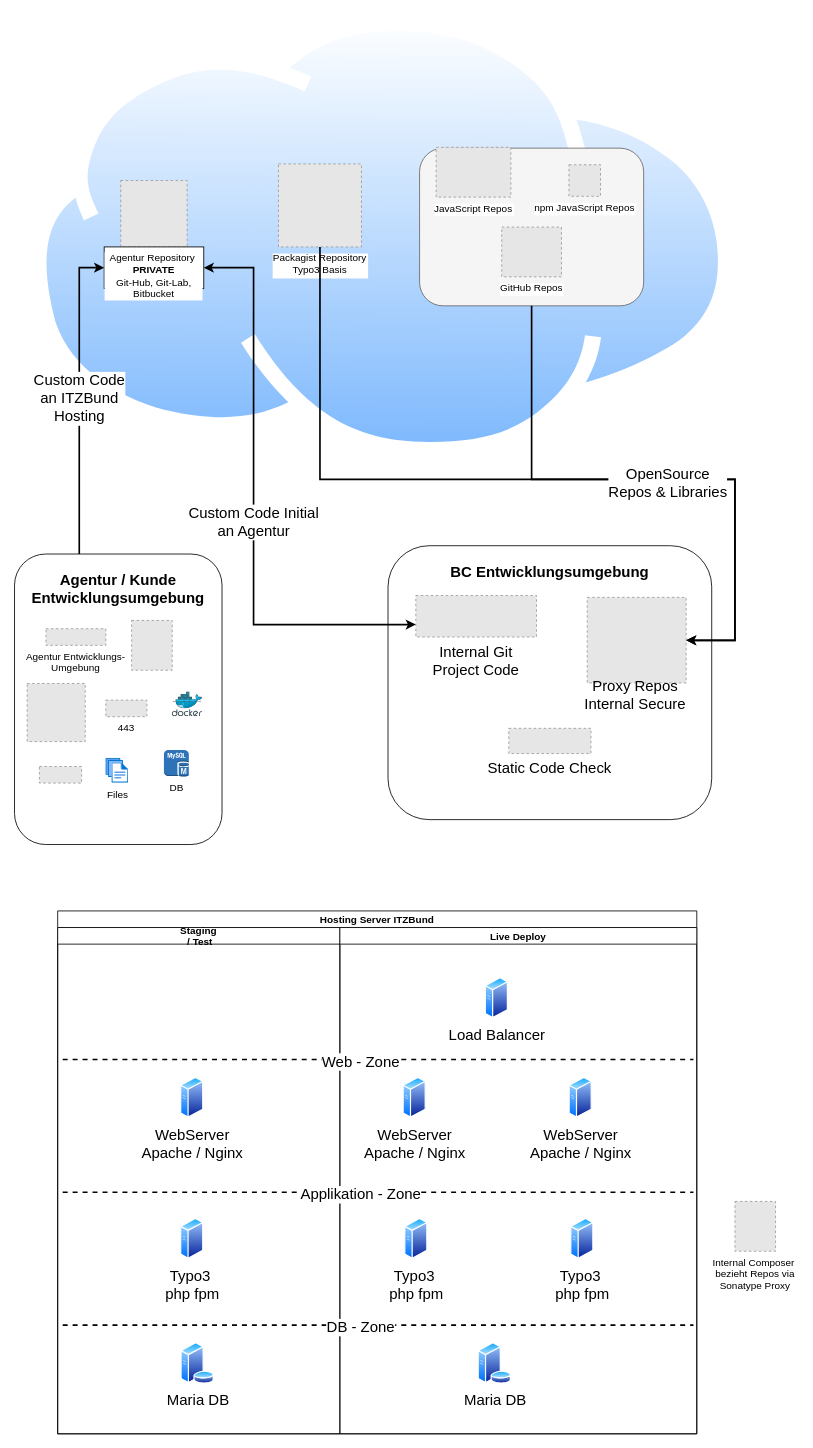
The draw.io diagram Typo3 Deploy 1.drawio in matjes63/diagram-charts, before the edit. Source tidied: cells renumbered, new cells numbered last; positions are measured from the earlier drawing's top-left corner, leaving out a move shared by most shapes. Both pictures are drawn from the tidied source at 83%, with x=0, y=0 at pixel (14, 14). Pictures stored in the file or linked from it are replaced by grey dashed boxes.
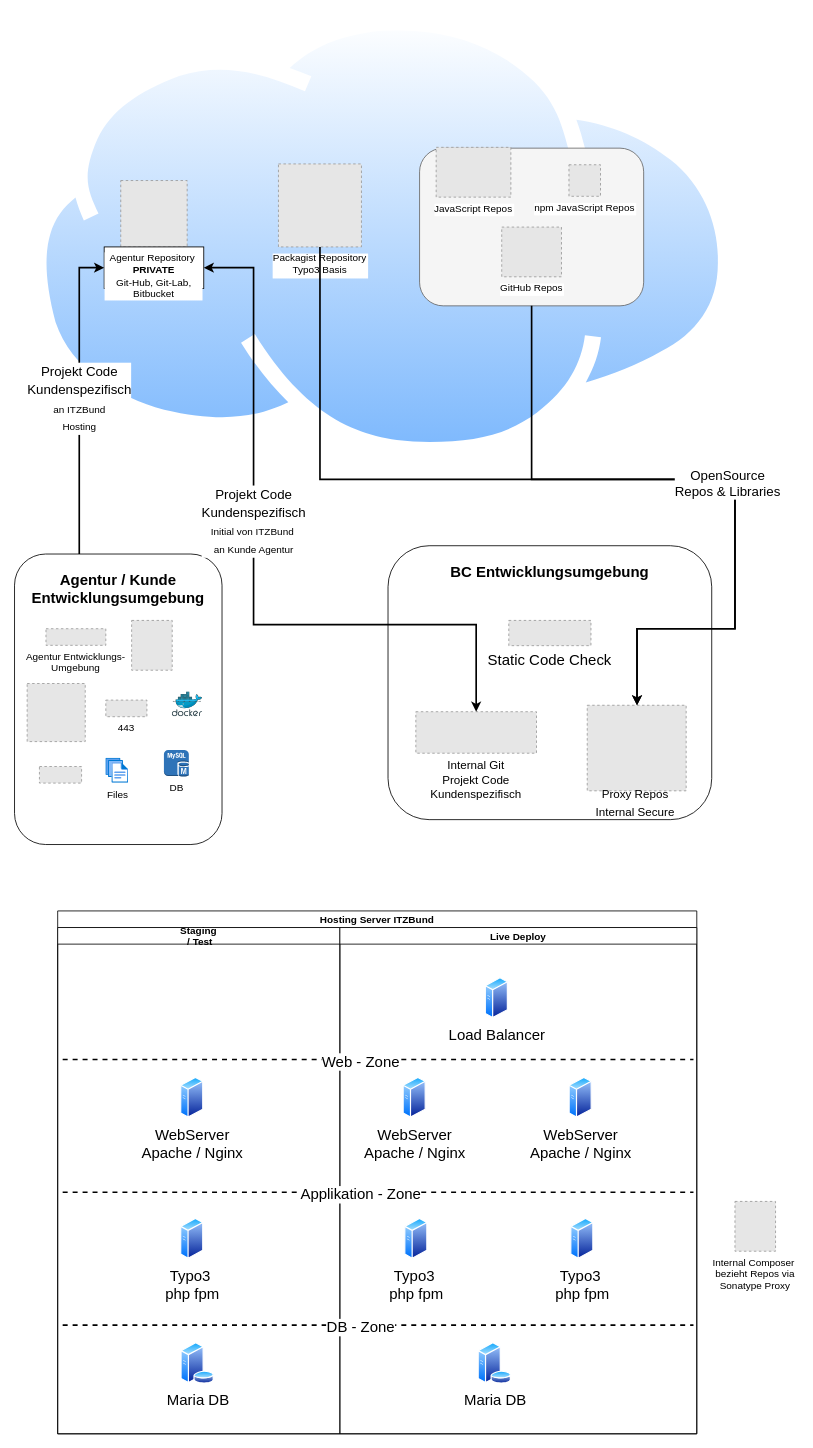
After the change.

Unchanged cells that the change refers to:
```xml
<mxCell id="3" value="Packagist Repository&#10;Typo3 Basis" style="fillColor=#E6E6E6;strokeColor=#999999;dashed=1;verticalLabelPosition=bottom;labelBackgroundColor=default;verticalAlign=top;" parent="1" vertex="1">
  <mxGeometry x="318" y="180" width="100" height="100" as="geometry" />
</mxCell>
<mxCell id="6" value="Agentur Repository&amp;nbsp;&lt;br&gt;&lt;b&gt;PRIVATE&lt;/b&gt;&lt;br&gt;Git-Hub, Git-Lab, Bitbucket" style="whiteSpace=wrap;html=1;verticalAlign=top;labelBackgroundColor=#ffffff;" parent="4" vertex="1">
  <mxGeometry y="80" width="120" height="50" as="geometry" />
</mxCell>
<mxCell id="8" style="group;" parent="1" vertex="1">
  <mxGeometry x="360" y="640" width="554.9" height="330" as="geometry" />
</mxCell>
<mxCell id="14" value="&lt;h2&gt;Agentur / Kunde&lt;br&gt;Entwicklungsumgebung&lt;/h2&gt;" style="rounded=1;whiteSpace=wrap;html=1;verticalAlign=top;" parent="13" vertex="1">
  <mxGeometry width="250" height="350" as="geometry" />
</mxCell>
<mxCell id="37" style="rounded=1;whiteSpace=wrap;html=1;fontSize=18;fillColor=#f5f5f5;strokeColor=#666666;fontColor=#333333;" parent="35" vertex="1">
  <mxGeometry y="1" width="270" height="190" as="geometry" />
</mxCell>
<mxCell id="41" style="edgeStyle=orthogonalEdgeStyle;rounded=0;jettySize=auto;html=1;fontSize=18;fontColor=default;strokeWidth=2;startArrow=classic;startFill=1;" parent="1" edge="1" source="6" target="10">
  <mxGeometry relative="1" as="geometry">
    <Array as="points">
      <mxPoint x="288" y="305" />
      <mxPoint x="288" y="735" />
    </Array>
  </mxGeometry>
</mxCell>
```

Change to the diagram source:
```diff
@@
-    <mxCell id="10" value="Internal Git&#10;Project Code" style="fillColor=#E6E6E6;strokeColor=#999999;dashed=1;verticalLabelPosition=bottom;labelBackgroundColor=default;verticalAlign=top;fontSize=18;" parent="8" vertex="1">
-      <mxGeometry x="123.5" y="60" width="145.4" height="50" as="geometry" />
+    <mxCell id="10" value="Internal Git&#10;Projekt Code&#10;Kundenspezifisch" style="fillColor=#E6E6E6;strokeColor=#999999;dashed=1;verticalLabelPosition=bottom;labelBackgroundColor=default;verticalAlign=top;fontSize=14;" parent="8" vertex="1">
+      <mxGeometry x="123.5" y="200" width="145.4" height="50" as="geometry" />
     </mxCell>
     <mxCell id="11" style="fillColor=#E6E6E6;strokeColor=#999999;dashed=1;verticalLabelPosition=bottom;labelBackgroundColor=default;verticalAlign=middle;" parent="8" vertex="1">
-      <mxGeometry x="330" y="62.2" width="119.2" height="103.1" as="geometry" />
+      <mxGeometry x="330" y="192.2" width="119.2" height="103.1" as="geometry" />
     </mxCell>
     <mxCell id="12" value="Static Code Check" style="fillColor=#E6E6E6;strokeColor=#999999;dashed=1;verticalLabelPosition=bottom;labelBackgroundColor=default;verticalAlign=top;fontSize=18;" parent="8" vertex="1">
-      <mxGeometry x="235.5" y="220" width="99" height="30.4" as="geometry" />
+      <mxGeometry x="235.5" y="90" width="99" height="30.4" as="geometry" />
     </mxCell>
@@
-    <mxCell id="34" value="Proxy Repos&lt;br&gt;Internal Secure" style="text;html=1;strokeColor=none;fillColor=none;align=center;verticalAlign=middle;whiteSpace=wrap;rounded=0;fontSize=18;" parent="1" vertex="1">
-      <mxGeometry x="678" y="805" width="140" height="30" as="geometry" />
+    <mxCell id="34" value="&lt;font style=&quot;font-size: 14px&quot;&gt;Proxy Repos&lt;br&gt;Internal Secure&lt;/font&gt;" style="text;html=1;strokeColor=none;fillColor=none;align=center;verticalAlign=middle;whiteSpace=wrap;rounded=0;fontSize=18;" parent="1" vertex="1">
+      <mxGeometry x="678" y="934" width="140" height="30" as="geometry" />
     </mxCell>
@@
-    <mxCell id="42" value="Custom Code Initial &lt;br&gt;an Agentur" style="edgeLabel;html=1;align=center;verticalAlign=middle;fontSize=18;fontColor=default;" parent="41" vertex="1">
+    <mxCell id="42" value="&lt;font style=&quot;font-size: 16px&quot;&gt;Projekt Code&lt;br&gt;Kundenspezifisch&lt;/font&gt;&lt;br&gt;&lt;font style=&quot;font-size: 12px&quot;&gt;Initial von ITZBund&amp;nbsp;&lt;br&gt;an Kunde Agentur&lt;/font&gt;" style="edgeLabel;html=1;align=center;verticalAlign=middle;fontSize=18;fontColor=default;" parent="41" vertex="1">
       <mxGeometry x="-0.28" y="-1" relative="1" as="geometry">
-        <mxPoint y="119" as="offset" />
+        <mxPoint y="54" as="offset" />
       </mxGeometry>
     </mxCell>
     <mxCell id="43" style="edgeStyle=orthogonalEdgeStyle;rounded=0;jettySize=auto;html=1;fontSize=18;fontColor=default;strokeWidth=2;" parent="1" edge="1" source="3" target="11">
       <mxGeometry relative="1" as="geometry">
         <Array as="points">
           <mxPoint x="368" y="560" />
           <mxPoint x="868" y="560" />
-          <mxPoint x="868" y="754" />
+          <mxPoint x="868" y="740" />
+          <mxPoint x="750" y="740" />
         </Array>
       </mxGeometry>
     </mxCell>
     <mxCell id="44" style="edgeStyle=orthogonalEdgeStyle;rounded=0;jettySize=auto;html=1;fontSize=18;fontColor=default;strokeWidth=2;" parent="1" edge="1" source="37" target="11">
       <mxGeometry relative="1" as="geometry">
         <Array as="points">
           <mxPoint x="623" y="560" />
           <mxPoint x="868" y="560" />
-          <mxPoint x="868" y="754" />
+          <mxPoint x="868" y="740" />
+          <mxPoint x="750" y="740" />
         </Array>
       </mxGeometry>
     </mxCell>
-    <mxCell id="45" value="OpenSource&lt;br&gt;Repos &amp;amp; Libraries" style="edgeLabel;html=1;align=center;verticalAlign=middle;fontSize=18;fontColor=default;" parent="44" vertex="1">
+    <mxCell id="45" value="OpenSource&lt;br style=&quot;font-size: 16px;&quot;&gt;Repos &amp;amp; Libraries" style="edgeLabel;html=1;align=center;verticalAlign=middle;fontSize=16;fontColor=default;" parent="44" vertex="1">
       <mxGeometry x="0.05" y="-4" relative="1" as="geometry">
         <mxPoint x="1" as="offset" />
       </mxGeometry>
     </mxCell>
-    <mxCell id="46" value="Custom Code&lt;br&gt;an ITZBund&lt;br&gt;Hosting" style="edgeStyle=orthogonalEdgeStyle;rounded=0;jettySize=auto;html=1;fontSize=18;fontColor=default;startArrow=classic;startFill=1;strokeWidth=2;endArrow=none;endFill=0;" parent="1" edge="1" source="6" target="14">
+    <mxCell id="46" value="&lt;font style=&quot;font-size: 16px&quot;&gt;Projekt Code&lt;br&gt;Kundenspezifisch&lt;br&gt;&lt;/font&gt;&lt;font style=&quot;font-size: 12px&quot;&gt;an ITZBund&lt;br&gt;Hosting&lt;/font&gt;" style="edgeStyle=orthogonalEdgeStyle;rounded=0;jettySize=auto;html=1;fontSize=18;fontColor=default;startArrow=classic;startFill=1;strokeWidth=2;endArrow=none;endFill=0;" parent="1" edge="1" source="6" target="14">
       <mxGeometry relative="1" as="geometry">
         <Array as="points">
           <mxPoint x="78" y="305" />
         </Array>
       </mxGeometry>
     </mxCell>
```
